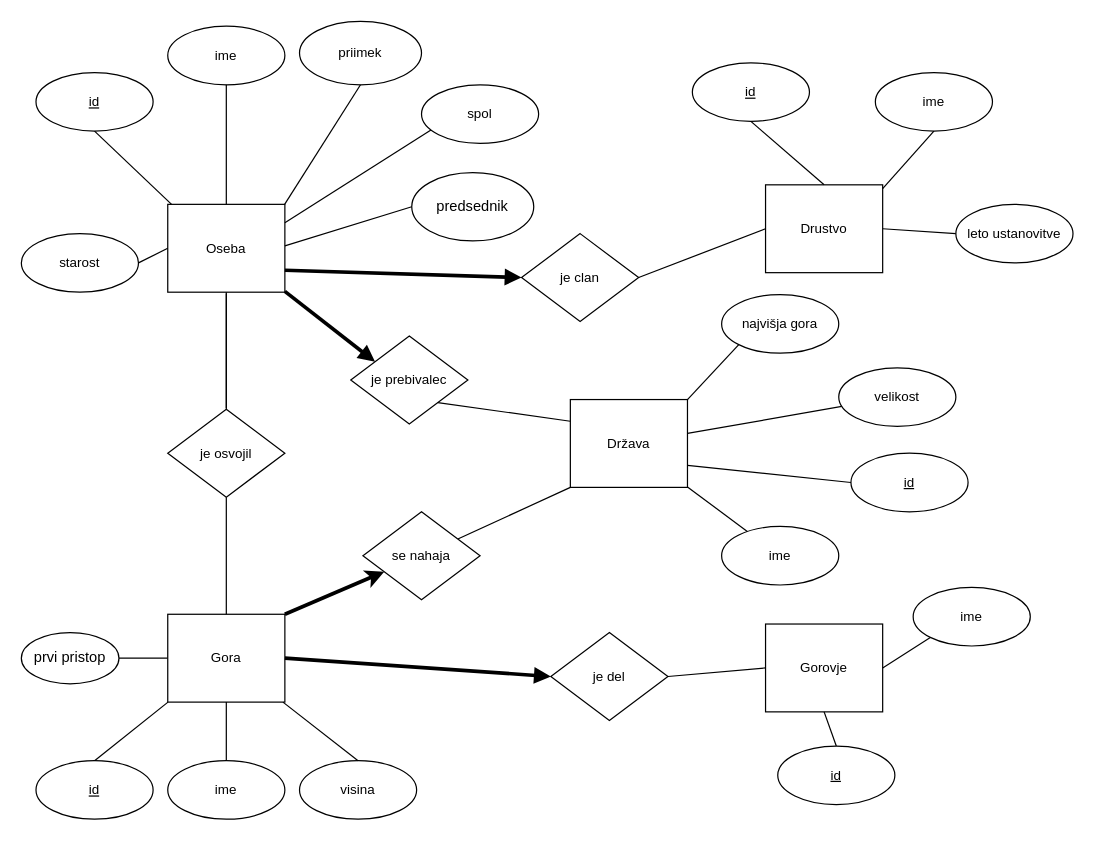
Earlier version of the draw.io diagram Diagram/Pohodnistvo diagram.drawio (kokosinekm/Pohodnistvo). Source tidied: cells renumbered, new cells numbered last; positions are measured from the earlier drawing's top-left corner, leaving out a move shared by most shapes. Both pictures are drawn from the tidied source at 122%, with x=0, y=0 at pixel (21, 21).
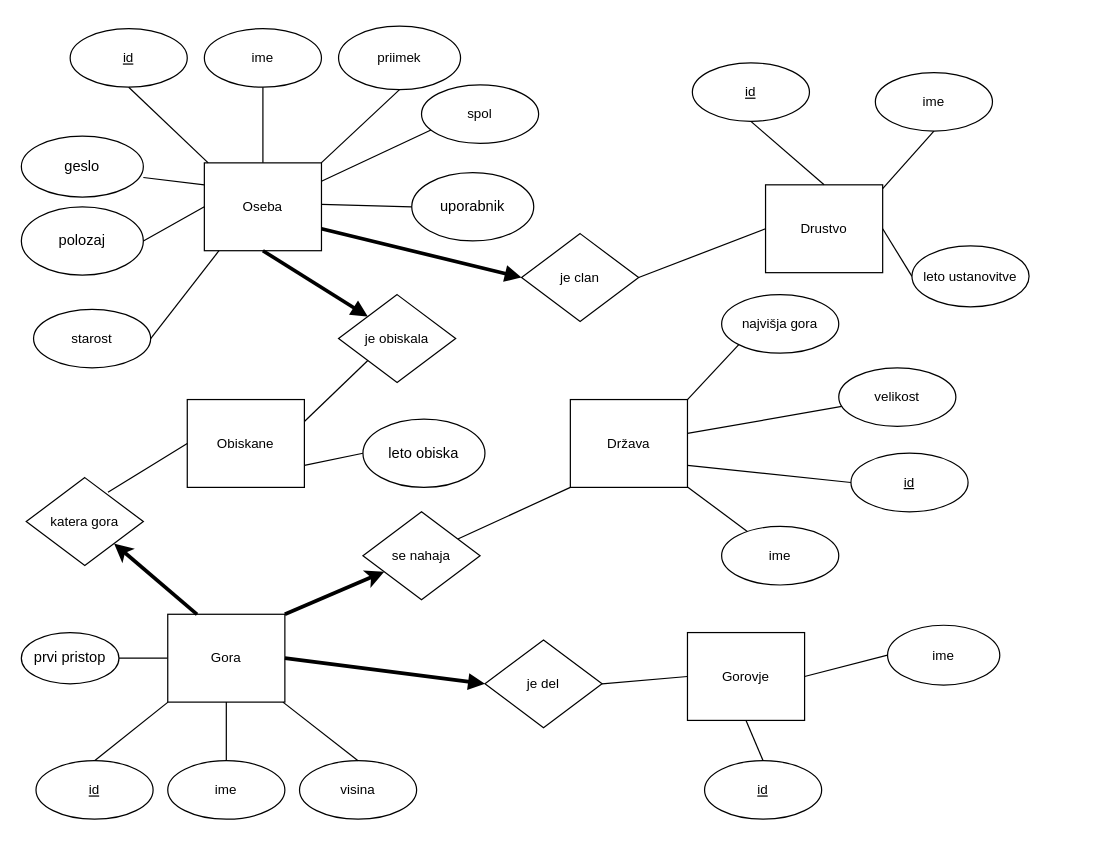
After the change.

Commit message (it also covers changes not shown here):
popravil diagram

The change refers to these unchanged cells:
```xml
<mxCell id="8" value="je clan" style="html=1;whiteSpace=wrap;rhombus;fontSize=11;fontColor=#000000;spacing=3;strokeOpacity=100;" parent="1" vertex="1">
  <mxGeometry x="410" y="174" width="96" height="72" as="geometry" />
</mxCell>
<mxCell id="19" value="Gora" style="html=1;whiteSpace=wrap;fontSize=11;fontColor=#000000;spacing=3;strokeOpacity=100;" parent="1" vertex="1">
  <mxGeometry x="120" y="486" width="96" height="72" as="geometry" />
</mxCell>
<mxCell id="39" value="Država" style="html=1;whiteSpace=wrap;fontSize=11;fontColor=#000000;spacing=3;strokeOpacity=100;" parent="1" vertex="1">
  <mxGeometry x="450" y="310" width="96" height="72" as="geometry" />
</mxCell>
```

Diff of the diagram source:
```diff
@@
     <mxCell id="2" value="Oseba" style="html=1;whiteSpace=wrap;fontSize=11;fontColor=#000000;spacing=3;strokeOpacity=100;" parent="1" vertex="1">
-      <mxGeometry x="120" y="150" width="96" height="72" as="geometry" />
+      <mxGeometry x="150" y="116" width="96" height="72" as="geometry" />
     </mxCell>
     <mxCell id="3" value="&lt;u&gt;id&lt;/u&gt;" style="html=1;whiteSpace=wrap;ellipse;fontSize=11;fontColor=#000000;spacing=3;strokeOpacity=100;" parent="1" vertex="1">
-      <mxGeometry x="12" y="42" width="96" height="48" as="geometry" />
+      <mxGeometry x="40" y="6" width="96" height="48" as="geometry" />
     </mxCell>
     <mxCell id="4" value="priimek" style="html=1;whiteSpace=wrap;ellipse;fontSize=11;fontColor=#000000;spacing=3;strokeOpacity=100;" parent="1" vertex="1">
-      <mxGeometry x="228" width="100" height="52" as="geometry" />
+      <mxGeometry x="260" y="4" width="100" height="52" as="geometry" />
     </mxCell>
     <mxCell id="5" value="ime" style="html=1;whiteSpace=wrap;ellipse;fontSize=11;fontColor=#000000;spacing=3;strokeOpacity=100;" parent="1" vertex="1">
-      <mxGeometry x="120" y="4" width="96" height="48" as="geometry" />
+      <mxGeometry x="150" y="6" width="96" height="48" as="geometry" />
     </mxCell>
@@
-    <mxCell id="13" style="html=1;jettySize=18;fontSize=11;strokeOpacity=100;strokeWidth=3;rounded=1;arcSize=0;startArrow=none;endArrow=block;endFill=1;entryX=-0.010416666666666696;entryY=0.5;entryPerimeter=1;" parent="1" edge="1" target="8">
-      <mxGeometry relative="1" as="geometry">
-        <mxPoint x="216" y="204" as="sourcePoint" />
-      </mxGeometry>
+    <mxCell id="13" style="html=1;jettySize=18;fontSize=11;strokeOpacity=100;strokeWidth=3;rounded=1;arcSize=0;startArrow=none;endArrow=block;endFill=1;entryX=-0.010416666666666696;entryY=0.5;entryPerimeter=1;exitX=1;exitY=0.75;exitDx=0;exitDy=0;" parent="1" edge="1" source="2" target="8">
+      <mxGeometry relative="1" as="geometry" />
     </mxCell>
@@
-    <mxCell id="15" value="je osvojil" style="html=1;whiteSpace=wrap;rhombus;fontSize=11;fontColor=#000000;spacing=3;strokeOpacity=100;" parent="1" vertex="1">
-      <mxGeometry x="120" y="318" width="96" height="72" as="geometry" />
-    </mxCell>
-    <mxCell id="16" style="html=1;jettySize=18;fontSize=11;strokeOpacity=100;rounded=1;arcSize=0;startArrow=none;endArrow=none;exitX=0.5;exitY=1.0083333333333333;exitPerimeter=1;entryX=0.5;entryY=-0.010416666666666725;entryPerimeter=1;" parent="1" edge="1" source="2" target="15">
-      <mxGeometry relative="1" as="geometry" />
-    </mxCell>
@@
-    <mxCell id="20" style="html=1;jettySize=18;fontSize=11;strokeOpacity=100;rounded=1;arcSize=0;startArrow=none;endArrow=none;" parent="1" edge="1">
-      <mxGeometry relative="1" as="geometry">
-        <mxPoint x="168" y="223" as="sourcePoint" />
-        <mxPoint x="168" y="317" as="targetPoint" />
-      </mxGeometry>
-    </mxCell>
-    <mxCell id="21" style="html=1;jettySize=18;fontSize=11;strokeOpacity=100;rounded=1;arcSize=0;startArrow=none;endArrow=none;exitX=0.5;exitY=-0.008333333333333333;exitPerimeter=1;entryX=0.5;entryY=1.0104166666666667;entryPerimeter=1;" parent="1" edge="1" source="19" target="15">
-      <mxGeometry relative="1" as="geometry" />
-    </mxCell>
@@
     <mxCell id="29" value="je del" style="html=1;whiteSpace=wrap;rhombus;fontSize=11;fontColor=#000000;spacing=3;strokeOpacity=100;" parent="1" vertex="1">
-      <mxGeometry x="434" y="501" width="96" height="72" as="geometry" />
+      <mxGeometry x="380" y="507" width="96" height="72" as="geometry" />
     </mxCell>
@@
     <mxCell id="31" value="Gorovje" style="html=1;whiteSpace=wrap;fontSize=11;fontColor=#000000;spacing=3;strokeOpacity=100;" parent="1" vertex="1">
-      <mxGeometry x="610" y="494" width="96" height="72" as="geometry" />
+      <mxGeometry x="546" y="501" width="96" height="72" as="geometry" />
     </mxCell>
@@
     <mxCell id="34" value="id" style="html=1;whiteSpace=wrap;ellipse;fontSize=11;fontColor=#000000;fontStyle=4;spacing=3;strokeOpacity=100;" parent="1" vertex="1">
-      <mxGeometry x="620" y="594" width="96" height="48" as="geometry" />
+      <mxGeometry x="560" y="606" width="96" height="48" as="geometry" />
     </mxCell>
@@
-    <mxCell id="36" style="html=1;jettySize=18;fontSize=11;strokeOpacity=100;rounded=1;arcSize=0;startArrow=none;endArrow=none;exitX=1;exitY=0.5;entryX=0;entryY=1;entryDx=0;entryDy=0;exitDx=0;exitDy=0;" parent="1" edge="1" source="31" target="61">
+    <mxCell id="36" style="html=1;jettySize=18;fontSize=11;strokeOpacity=100;rounded=1;arcSize=0;startArrow=none;endArrow=none;exitX=1;exitY=0.5;entryX=0;entryY=0.5;entryDx=0;entryDy=0;exitDx=0;exitDy=0;" parent="1" edge="1" source="31" target="61">
       <mxGeometry relative="1" as="geometry" />
     </mxCell>
@@
-    <mxCell id="40" value="je prebivalec" style="html=1;whiteSpace=wrap;rhombus;fontSize=11;fontColor=#000000;spacing=3;strokeOpacity=100;" parent="1" vertex="1">
-      <mxGeometry x="270" y="258" width="96" height="72" as="geometry" />
-    </mxCell>
-    <mxCell id="41" style="html=1;jettySize=18;fontSize=11;strokeOpacity=100;strokeWidth=3;rounded=1;arcSize=0;startArrow=none;endArrow=block;endFill=1;exitX=1.00625;exitY=0.9973241501390623;exitPerimeter=1;entryX=0.2013056876124078;entryY=0.28827764572092546;entryPerimeter=1;" parent="1" edge="1" source="2" target="40">
-      <mxGeometry relative="1" as="geometry" />
-    </mxCell>
-    <mxCell id="42" style="html=1;jettySize=18;fontSize=11;strokeOpacity=100;rounded=1;arcSize=0;startArrow=none;endArrow=none;exitX=0.7485894257721306;exitY=0.761827240894536;exitPerimeter=1;entryX=-0.00625;entryY=0.2439109735916882;entryPerimeter=1;" parent="1" edge="1" source="40" target="39">
-      <mxGeometry relative="1" as="geometry" />
-    </mxCell>
@@
     <mxCell id="45" value="starost" style="html=1;whiteSpace=wrap;ellipse;fontSize=11;fontColor=#000000;align=center;spacing=3;strokeOpacity=100;fillOpacity=100;fillColor=#ffffff;" parent="1" vertex="1">
-      <mxGeometry y="174" width="96" height="48" as="geometry" />
+      <mxGeometry x="10" y="236" width="96" height="48" as="geometry" />
     </mxCell>
-    <mxCell id="46" style="html=1;jettySize=18;fontSize=11;strokeOpacity=100;rounded=1;arcSize=0;startArrow=none;endArrow=none;exitX=-0.00625;exitY=0.5;exitPerimeter=1;entryX=1.0062500537162715;entryY=0.5;entryPerimeter=1;" parent="1" edge="1" source="2" target="45">
+    <mxCell id="46" style="html=1;jettySize=18;fontSize=11;strokeOpacity=100;rounded=1;arcSize=0;startArrow=none;endArrow=none;exitX=0.125;exitY=1;exitPerimeter=0;entryX=1.0062500537162715;entryY=0.5;entryPerimeter=1;exitDx=0;exitDy=0;" parent="1" edge="1" source="2" target="45">
       <mxGeometry relative="1" as="geometry" />
     </mxCell>
@@
     <mxCell id="49" value="leto ustanovitve" style="html=1;whiteSpace=wrap;ellipse;fontSize=11;fontColor=#000000;align=center;spacing=3;strokeOpacity=100;fillOpacity=100;fillColor=#ffffff;" parent="1" vertex="1">
-      <mxGeometry x="766" y="150" width="96" height="48" as="geometry" />
+      <mxGeometry x="730" y="184" width="96" height="50" as="geometry" />
     </mxCell>
@@
-    <mxCell id="57" value="predsednik" style="ellipse;whiteSpace=wrap;html=1;" parent="1" vertex="1">
+    <mxCell id="57" value="&lt;div&gt;uporabnik&lt;/div&gt;" style="ellipse;whiteSpace=wrap;html=1;" parent="1" vertex="1">
       <mxGeometry x="320" y="124" width="100" height="56" as="geometry" />
     </mxCell>
@@
     <mxCell id="61" value="ime" style="html=1;whiteSpace=wrap;ellipse;fontSize=11;fontColor=#000000;spacing=3;strokeOpacity=100;" parent="1" vertex="1">
-      <mxGeometry x="731" y="464" width="96" height="48" as="geometry" />
+      <mxGeometry x="710" y="495" width="92" height="49" as="geometry" />
     </mxCell>
@@
+    <mxCell id="63" value="geslo" style="ellipse;whiteSpace=wrap;html=1;" parent="1" vertex="1">
+      <mxGeometry y="94" width="100" height="50" as="geometry" />
+    </mxCell>
+    <mxCell id="64" value="polozaj" style="ellipse;whiteSpace=wrap;html=1;" parent="1" vertex="1">
+      <mxGeometry y="152" width="100" height="56" as="geometry" />
+    </mxCell>
+    <mxCell id="65" style="html=1;jettySize=18;fontSize=11;strokeOpacity=100;rounded=1;arcSize=0;startArrow=none;endArrow=none;exitX=0;exitY=0.5;entryX=1;entryY=0.5;entryDx=0;entryDy=0;exitDx=0;exitDy=0;" parent="1" edge="1" source="2" target="64">
+      <mxGeometry relative="1" as="geometry" />
+    </mxCell>
+    <mxCell id="66" style="html=1;jettySize=18;fontSize=11;strokeOpacity=100;rounded=1;arcSize=0;startArrow=none;endArrow=none;exitX=0;exitY=0.25;entryX=1;entryY=0.68;entryDx=0;entryDy=0;entryPerimeter=0;exitDx=0;exitDy=0;" parent="1" edge="1" source="2" target="63">
+      <mxGeometry relative="1" as="geometry" />
+    </mxCell>
+    <mxCell id="67" value="Obiskane" style="html=1;whiteSpace=wrap;fontSize=11;fontColor=#000000;spacing=3;strokeOpacity=100;" parent="1" vertex="1">
+      <mxGeometry x="136" y="310" width="96" height="72" as="geometry" />
+    </mxCell>
+    <mxCell id="68" value="je obiskala" style="html=1;whiteSpace=wrap;rhombus;fontSize=11;fontColor=#000000;spacing=3;strokeOpacity=100;" parent="1" vertex="1">
+      <mxGeometry x="260" y="224" width="96" height="72" as="geometry" />
+    </mxCell>
+    <mxCell id="69" value="katera gora" style="html=1;whiteSpace=wrap;rhombus;fontSize=11;fontColor=#000000;spacing=3;strokeOpacity=100;" parent="1" vertex="1">
+      <mxGeometry x="4" y="374" width="96" height="72" as="geometry" />
+    </mxCell>
+    <mxCell id="70" style="rounded=0;jettySize=auto;html=1;exitX=0.25;exitY=0;exitDx=0;exitDy=0;strokeWidth=3;entryX=1;entryY=1;entryDx=0;entryDy=0;" parent="1" edge="1" source="19" target="69">
+      <mxGeometry relative="1" as="geometry" />
+    </mxCell>
+    <mxCell id="71" style="html=1;jettySize=18;fontSize=11;strokeOpacity=100;rounded=1;arcSize=0;startArrow=none;endArrow=none;exitX=0.698;exitY=0.167;exitPerimeter=0;entryX=0;entryY=0.5;exitDx=0;exitDy=0;entryDx=0;entryDy=0;" parent="1" edge="1" source="69" target="67">
+      <mxGeometry relative="1" as="geometry" />
+    </mxCell>
+    <mxCell id="72" style="html=1;jettySize=18;fontSize=11;strokeOpacity=100;strokeWidth=3;rounded=1;arcSize=0;startArrow=none;endArrow=block;endFill=1;entryX=0;entryY=0;exitX=0.5;exitY=1;exitDx=0;exitDy=0;entryDx=0;entryDy=0;" parent="1" edge="1" source="2" target="68">
+      <mxGeometry relative="1" as="geometry" />
+    </mxCell>
+    <mxCell id="73" style="edgeStyle=none;rounded=0;jettySize=auto;html=1;strokeWidth=1;entryX=0;entryY=1;entryDx=0;entryDy=0;endArrow=none;endFill=0;exitX=1;exitY=0.25;exitDx=0;exitDy=0;" parent="1" edge="1" source="67" target="68">
+      <mxGeometry relative="1" as="geometry" />
+    </mxCell>
+    <mxCell id="74" style="edgeStyle=none;rounded=0;jettySize=auto;html=1;strokeWidth=1;endArrow=none;endFill=0;exitX=1;exitY=0.75;exitDx=0;exitDy=0;entryX=0;entryY=0.5;entryDx=0;entryDy=0;" parent="1" edge="1" source="67" target="75">
+      <mxGeometry relative="1" as="geometry" />
+    </mxCell>
+    <mxCell id="75" value="leto obiska" style="ellipse;whiteSpace=wrap;html=1;" parent="1" vertex="1">
+      <mxGeometry x="280" y="326" width="100" height="56" as="geometry" />
+    </mxCell>
```
